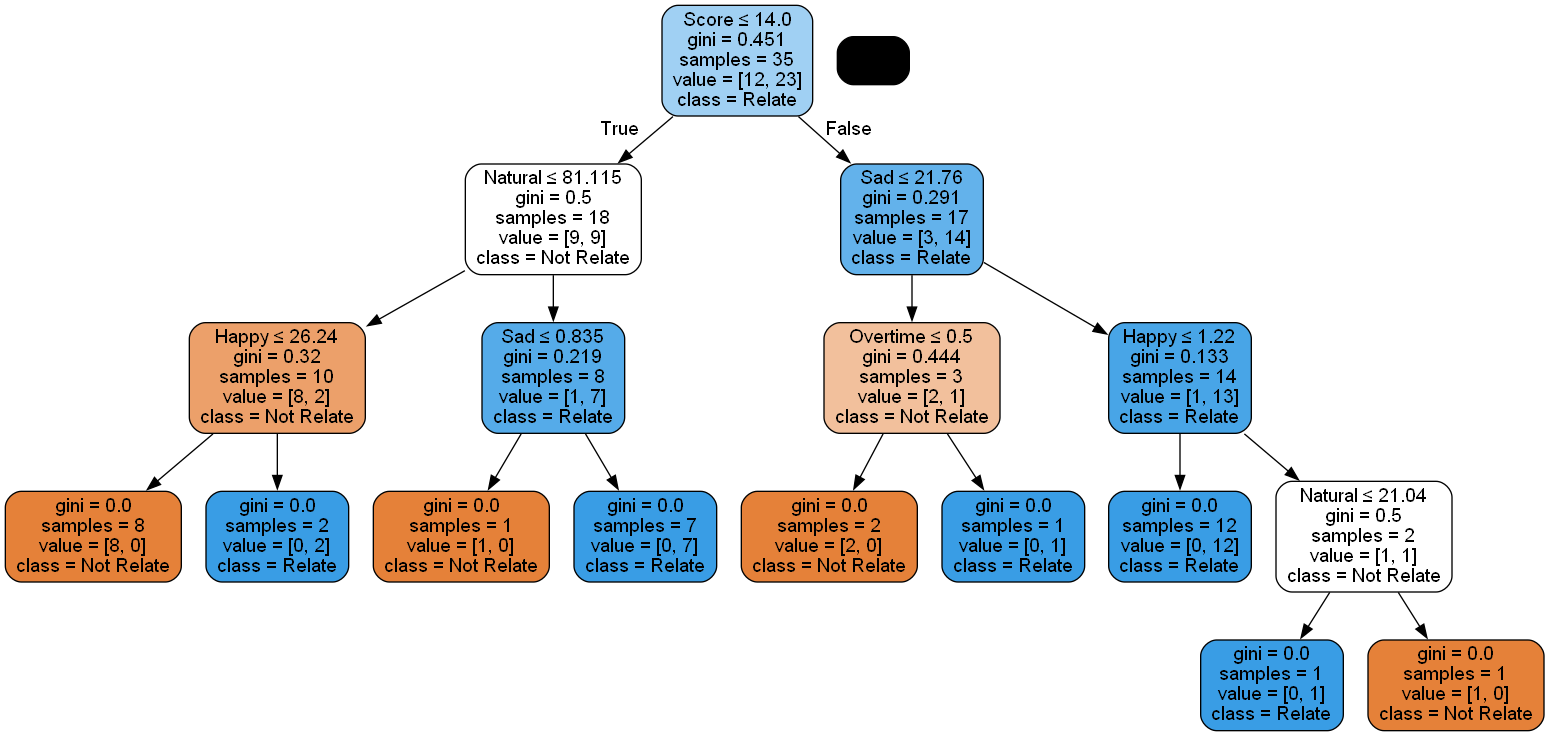
PHUICMT/phq-9-decision-tree keeps this Graphviz diagram as tree.png. Above is the earlier version. Its source is kept beside it as tree.dot.
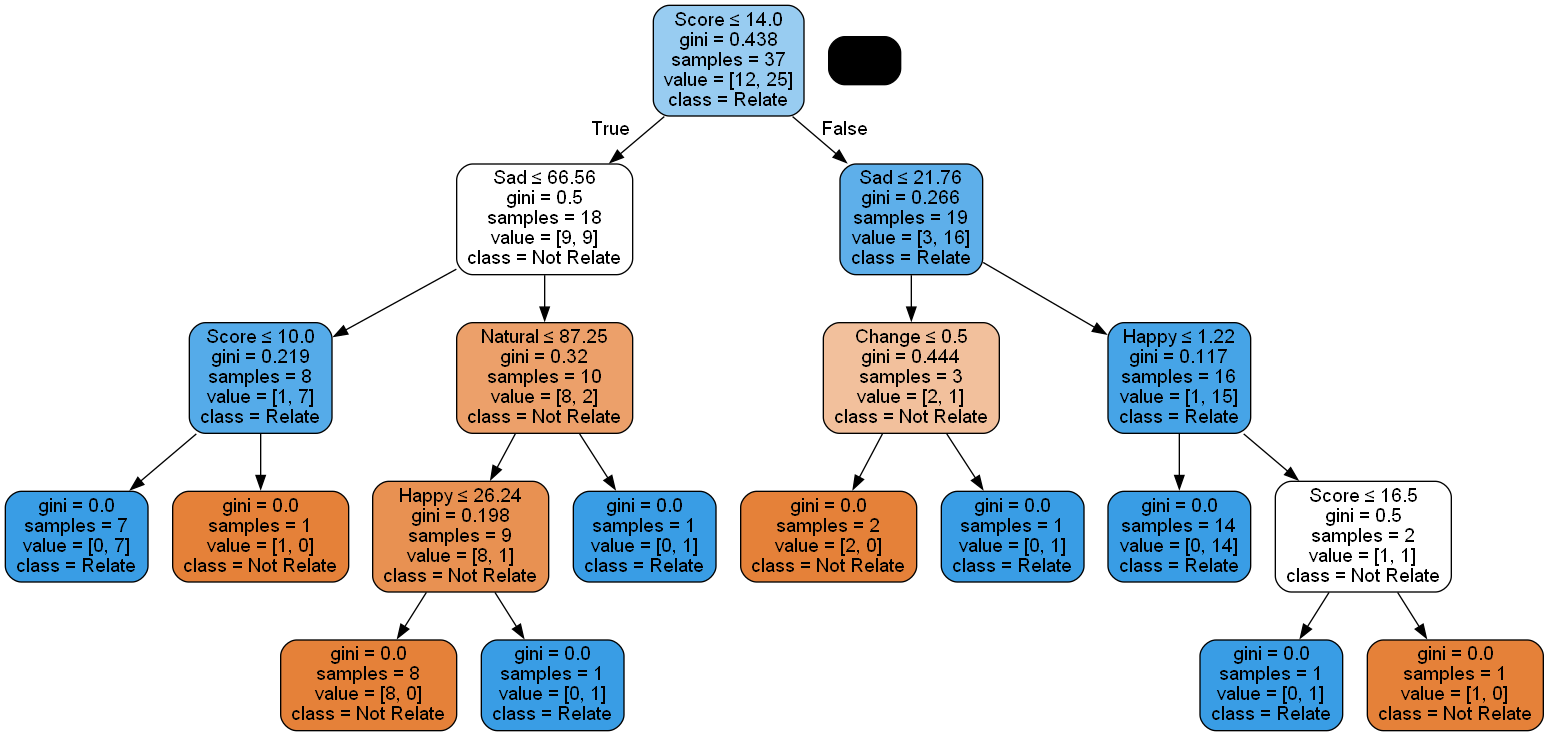
The same diagram one commit later.

The edit, as a diff of the source:
```diff
@@ -1,37 +1,41 @@
 digraph Tree {
 node [shape=box, style="filled, rounded", color="black", fontname="helvetica"] ;
 edge [fontname="helvetica"] ;
-0 [label=<Score &le; 14.0<br/>gini = 0.451<br/>samples = 35<br/>value = [12, 23]<br/>class = Relate>, fillcolor="#a0d0f3"] ;
-1 [label=<Natural &le; 81.115<br/>gini = 0.5<br/>samples = 18<br/>value = [9, 9]<br/>class = Not Relate>, fillcolor="#ffffff"] ;
+0 [label=<Score &le; 14.0<br/>gini = 0.438<br/>samples = 37<br/>value = [12, 25]<br/>class = Relate>, fillcolor="#98ccf1"] ;
+1 [label=<Sad &le; 66.56<br/>gini = 0.5<br/>samples = 18<br/>value = [9, 9]<br/>class = Not Relate>, fillcolor="#ffffff"] ;
 0 -> 1 [labeldistance=2.5, labelangle=45, headlabel="True"] ;
-2 [label=<Happy &le; 26.24<br/>gini = 0.32<br/>samples = 10<br/>value = [8, 2]<br/>class = Not Relate>, fillcolor="#eca06a"] ;
+2 [label=<Score &le; 10.0<br/>gini = 0.219<br/>samples = 8<br/>value = [1, 7]<br/>class = Relate>, fillcolor="#55abe9"] ;
 1 -> 2 ;
-3 [label=<gini = 0.0<br/>samples = 8<br/>value = [8, 0]<br/>class = Not Relate>, fillcolor="#e58139"] ;
+3 [label=<gini = 0.0<br/>samples = 7<br/>value = [0, 7]<br/>class = Relate>, fillcolor="#399de5"] ;
 2 -> 3 ;
-4 [label=<gini = 0.0<br/>samples = 2<br/>value = [0, 2]<br/>class = Relate>, fillcolor="#399de5"] ;
+4 [label=<gini = 0.0<br/>samples = 1<br/>value = [1, 0]<br/>class = Not Relate>, fillcolor="#e58139"] ;
 2 -> 4 ;
-5 [label=<Sad &le; 0.835<br/>gini = 0.219<br/>samples = 8<br/>value = [1, 7]<br/>class = Relate>, fillcolor="#55abe9"] ;
+5 [label=<Natural &le; 87.25<br/>gini = 0.32<br/>samples = 10<br/>value = [8, 2]<br/>class = Not Relate>, fillcolor="#eca06a"] ;
 1 -> 5 ;
-6 [label=<gini = 0.0<br/>samples = 1<br/>value = [1, 0]<br/>class = Not Relate>, fillcolor="#e58139"] ;
+6 [label=<Happy &le; 26.24<br/>gini = 0.198<br/>samples = 9<br/>value = [8, 1]<br/>class = Not Relate>, fillcolor="#e89152"] ;
 5 -> 6 ;
-7 [label=<gini = 0.0<br/>samples = 7<br/>value = [0, 7]<br/>class = Relate>, fillcolor="#399de5"] ;
-5 -> 7 ;
-8 [label=<Sad &le; 21.76<br/>gini = 0.291<br/>samples = 17<br/>value = [3, 14]<br/>class = Relate>, fillcolor="#63b2eb"] ;
-0 -> 8 [labeldistance=2.5, labelangle=-45, headlabel="False"] ;
-9 [label=<Overtime &le; 0.5<br/>gini = 0.444<br/>samples = 3<br/>value = [2, 1]<br/>class = Not Relate>, fillcolor="#f2c09c"] ;
-8 -> 9 ;
-10 [label=<gini = 0.0<br/>samples = 2<br/>value = [2, 0]<br/>class = Not Relate>, fillcolor="#e58139"] ;
-9 -> 10 ;
-11 [label=<gini = 0.0<br/>samples = 1<br/>value = [0, 1]<br/>class = Relate>, fillcolor="#399de5"] ;
-9 -> 11 ;
-12 [label=<Happy &le; 1.22<br/>gini = 0.133<br/>samples = 14<br/>value = [1, 13]<br/>class = Relate>, fillcolor="#48a5e7"] ;
-8 -> 12 ;
-13 [label=<gini = 0.0<br/>samples = 12<br/>value = [0, 12]<br/>class = Relate>, fillcolor="#399de5"] ;
-12 -> 13 ;
-14 [label=<Natural &le; 21.04<br/>gini = 0.5<br/>samples = 2<br/>value = [1, 1]<br/>class = Not Relate>, fillcolor="#ffffff"] ;
-12 -> 14 ;
-15 [label=<gini = 0.0<br/>samples = 1<br/>value = [0, 1]<br/>class = Relate>, fillcolor="#399de5"] ;
+7 [label=<gini = 0.0<br/>samples = 8<br/>value = [8, 0]<br/>class = Not Relate>, fillcolor="#e58139"] ;
+6 -> 7 ;
+8 [label=<gini = 0.0<br/>samples = 1<br/>value = [0, 1]<br/>class = Relate>, fillcolor="#399de5"] ;
+6 -> 8 ;
+9 [label=<gini = 0.0<br/>samples = 1<br/>value = [0, 1]<br/>class = Relate>, fillcolor="#399de5"] ;
+5 -> 9 ;
+10 [label=<Sad &le; 21.76<br/>gini = 0.266<br/>samples = 19<br/>value = [3, 16]<br/>class = Relate>, fillcolor="#5eafea"] ;
+0 -> 10 [labeldistance=2.5, labelangle=-45, headlabel="False"] ;
+11 [label=<Change &le; 0.5<br/>gini = 0.444<br/>samples = 3<br/>value = [2, 1]<br/>class = Not Relate>, fillcolor="#f2c09c"] ;
+10 -> 11 ;
+12 [label=<gini = 0.0<br/>samples = 2<br/>value = [2, 0]<br/>class = Not Relate>, fillcolor="#e58139"] ;
+11 -> 12 ;
+13 [label=<gini = 0.0<br/>samples = 1<br/>value = [0, 1]<br/>class = Relate>, fillcolor="#399de5"] ;
+11 -> 13 ;
+14 [label=<Happy &le; 1.22<br/>gini = 0.117<br/>samples = 16<br/>value = [1, 15]<br/>class = Relate>, fillcolor="#46a4e7"] ;
+10 -> 14 ;
+15 [label=<gini = 0.0<br/>samples = 14<br/>value = [0, 14]<br/>class = Relate>, fillcolor="#399de5"] ;
 14 -> 15 ;
-16 [label=<gini = 0.0<br/>samples = 1<br/>value = [1, 0]<br/>class = Not Relate>, fillcolor="#e58139"] ;
+16 [label=<Score &le; 16.5<br/>gini = 0.5<br/>samples = 2<br/>value = [1, 1]<br/>class = Not Relate>, fillcolor="#ffffff"] ;
 14 -> 16 ;
+17 [label=<gini = 0.0<br/>samples = 1<br/>value = [0, 1]<br/>class = Relate>, fillcolor="#399de5"] ;
+16 -> 17 ;
+18 [label=<gini = 0.0<br/>samples = 1<br/>value = [1, 0]<br/>class = Not Relate>, fillcolor="#e58139"] ;
+16 -> 18 ;
 }
```
